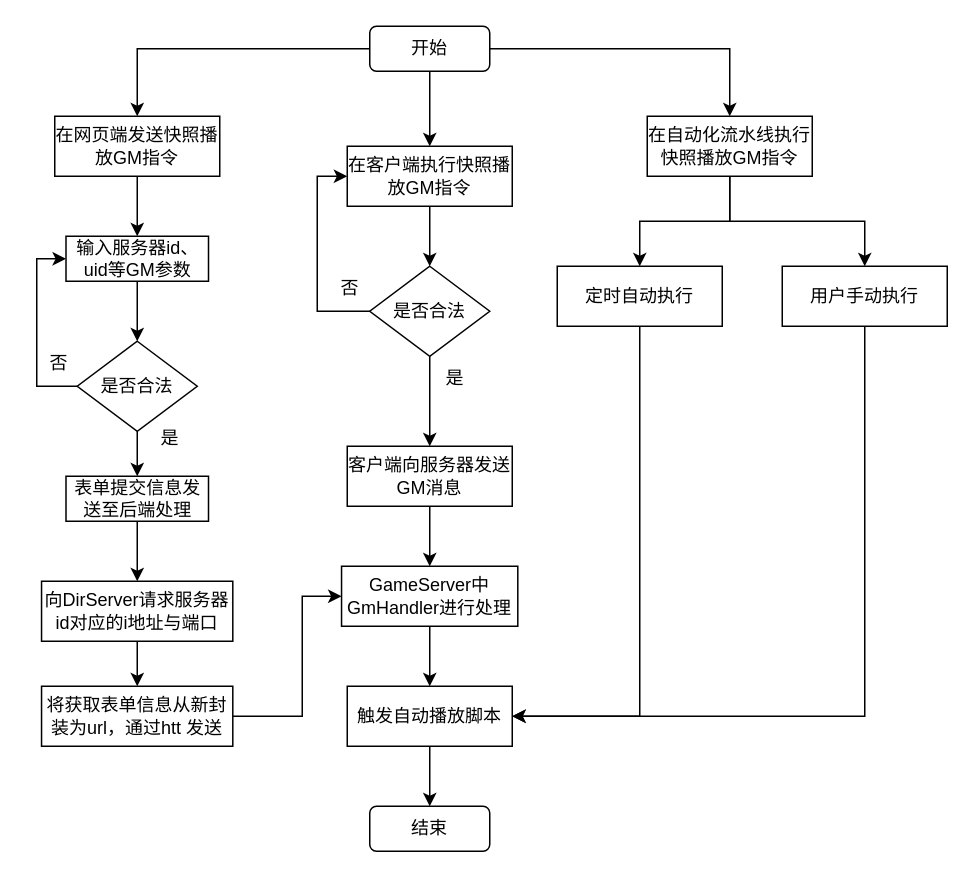
The draw.io diagram 使用流程图.drawio in Carol9s/Drawing, before the edit. Source tidied: cells renumbered, new cells numbered last; positions are measured from the earlier drawing's top-left corner, leaving out a move shared by most shapes. Both pictures are drawn from the tidied source at 150%, with x=0, y=0 at pixel (36, 26).
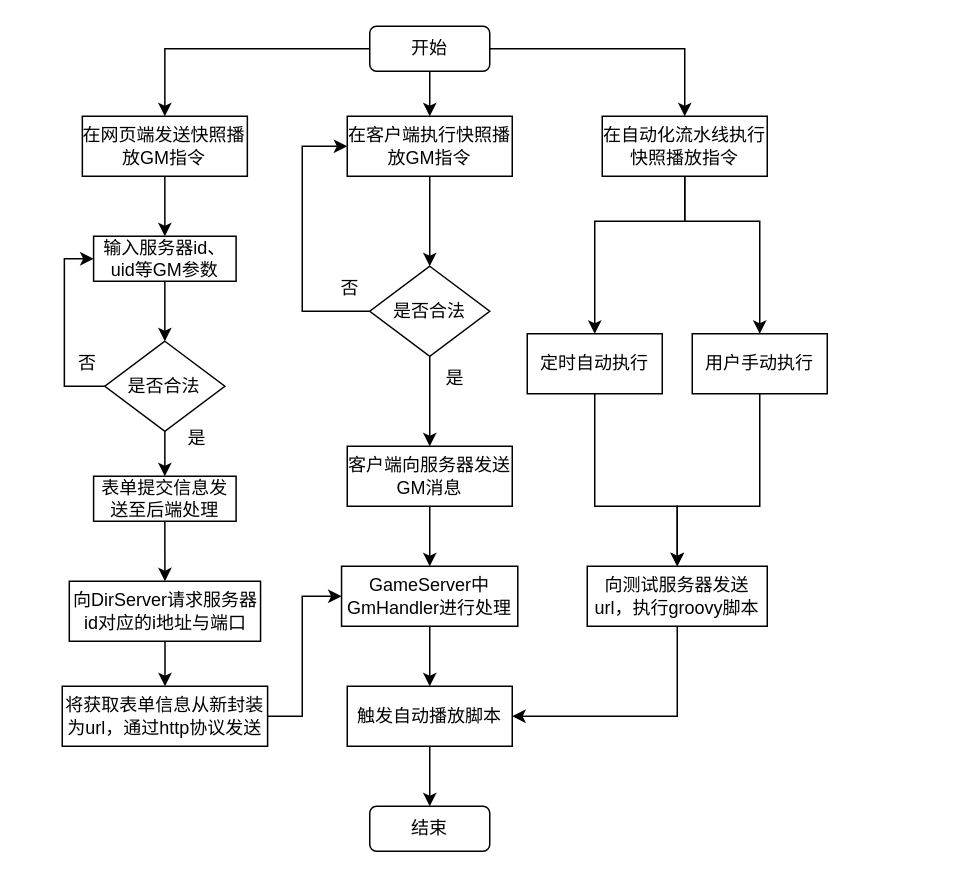
The same page after the edit.

Commit message:
更新使用流程图.drawio

Unchanged cells that the change refers to:
```xml
<mxCell id="30" value="是否合法" style="rhombus;whiteSpace=wrap;html=1;" parent="1" vertex="1">
  <mxGeometry x="222" y="160" width="80" height="60" as="geometry" />
</mxCell>
<mxCell id="36" value="触发自动播放脚本" style="rounded=0;whiteSpace=wrap;html=1;" parent="1" vertex="1">
  <mxGeometry x="207" y="440" width="110" height="40" as="geometry" />
</mxCell>
```

What changed in the source:
```diff
@@
     <mxCell id="7" value="在网页端发送快照播放GM指令" style="rounded=0;whiteSpace=wrap;html=1;" parent="1" vertex="1">
-      <mxGeometry x="12" y="60" width="110" height="40" as="geometry" />
+      <mxGeometry x="30.4" y="60" width="110" height="40" as="geometry" />
     </mxCell>
@@
     <mxCell id="9" value="在客户端执行快照播放GM指令" style="rounded=0;whiteSpace=wrap;html=1;" parent="1" vertex="1">
-      <mxGeometry x="207" y="80" width="110" height="40" as="geometry" />
+      <mxGeometry x="207" y="60" width="110" height="40" as="geometry" />
     </mxCell>
-    <mxCell id="10" style="edgeStyle=orthogonalEdgeStyle;rounded=0;jettySize=auto;html=1;" parent="1" edge="1" source="12" target="32">
-      <mxGeometry relative="1" as="geometry" />
+    <mxCell id="10" style="edgeStyle=orthogonalEdgeStyle;rounded=0;jettySize=auto;html=1;exitX=0.5;exitY=1;exitDx=0;exitDy=0;" parent="1" edge="1" source="12" target="32">
+      <mxGeometry relative="1" as="geometry">
+        <Array as="points">
+          <mxPoint x="432" y="130" />
+          <mxPoint x="372" y="130" />
+        </Array>
+      </mxGeometry>
     </mxCell>
-    <mxCell id="11" style="edgeStyle=orthogonalEdgeStyle;rounded=0;jettySize=auto;html=1;entryX=0.5;entryY=0;entryDx=0;entryDy=0;" parent="1" edge="1" source="12" target="34">
-      <mxGeometry relative="1" as="geometry" />
+    <mxCell id="11" style="edgeStyle=orthogonalEdgeStyle;rounded=0;jettySize=auto;html=1;entryX=0.5;entryY=0;entryDx=0;entryDy=0;exitX=0.5;exitY=1;exitDx=0;exitDy=0;" parent="1" edge="1" source="12" target="34">
+      <mxGeometry relative="1" as="geometry">
+        <Array as="points">
+          <mxPoint x="432" y="130" />
+          <mxPoint x="482" y="130" />
+        </Array>
+      </mxGeometry>
     </mxCell>
-    <mxCell id="12" value="在自动化流水线执行快照播放GM指令" style="rounded=0;whiteSpace=wrap;html=1;" parent="1" vertex="1">
-      <mxGeometry x="407" y="60" width="110" height="40" as="geometry" />
+    <mxCell id="12" value="在自动化流水线执行快照播放指令" style="rounded=0;whiteSpace=wrap;html=1;" parent="1" vertex="1">
+      <mxGeometry x="377" y="60" width="110" height="40" as="geometry" />
     </mxCell>
@@
     <mxCell id="14" value="输入服务器id、uid等GM参数" style="rounded=0;whiteSpace=wrap;html=1;" parent="1" vertex="1">
-      <mxGeometry x="19.5" y="140" width="95" height="30" as="geometry" />
+      <mxGeometry x="37.9" y="140" width="95" height="30" as="geometry" />
     </mxCell>
@@
     <mxCell id="16" style="edgeStyle=orthogonalEdgeStyle;rounded=0;jettySize=auto;html=1;entryX=0;entryY=0.5;entryDx=0;entryDy=0;" parent="1" edge="1" source="17" target="14">
       <mxGeometry relative="1" as="geometry">
         <Array as="points">
-          <mxPoint y="240" />
-          <mxPoint y="155" />
+          <mxPoint x="18.4" y="240" />
+          <mxPoint x="18.4" y="155" />
         </Array>
       </mxGeometry>
     </mxCell>
     <mxCell id="17" value="是否合法" style="rhombus;whiteSpace=wrap;html=1;" parent="1" vertex="1">
-      <mxGeometry x="27" y="210" width="80" height="60" as="geometry" />
+      <mxGeometry x="45.4" y="210" width="80" height="60" as="geometry" />
     </mxCell>
@@
     <mxCell id="19" value="表单提交信息发送至后端处理" style="rounded=0;whiteSpace=wrap;html=1;" parent="1" vertex="1">
-      <mxGeometry x="19.5" y="300" width="95" height="30" as="geometry" />
+      <mxGeometry x="37.9" y="300" width="95" height="30" as="geometry" />
     </mxCell>
@@
     <mxCell id="21" value="向DirServer请求服务器id对应的i地址与端口" style="rounded=0;whiteSpace=wrap;html=1;" parent="1" vertex="1">
-      <mxGeometry x="3.2" y="370" width="127.5" height="40" as="geometry" />
+      <mxGeometry x="21.7" y="370" width="127.5" height="40" as="geometry" />
     </mxCell>
@@
-    <mxCell id="23" value="将获取表单信息从新封装为url，通过htt 发送" style="rounded=0;whiteSpace=wrap;html=1;" parent="1" vertex="1">
-      <mxGeometry x="3.2" y="440" width="127.5" height="40" as="geometry" />
+    <mxCell id="23" value="将获取表单信息从新封装为url，通过http协议发送" style="rounded=0;whiteSpace=wrap;html=1;" parent="1" vertex="1">
+      <mxGeometry x="17" y="440" width="136.9" height="40" as="geometry" />
     </mxCell>
@@
     <mxCell id="28" style="edgeStyle=orthogonalEdgeStyle;rounded=0;jettySize=auto;html=1;entryX=0;entryY=0.5;entryDx=0;entryDy=0;" parent="1" edge="1" source="30" target="9">
       <mxGeometry relative="1" as="geometry">
         <Array as="points">
-          <mxPoint x="187" y="190" />
-          <mxPoint x="187" y="100" />
+          <mxPoint x="177" y="190" />
+          <mxPoint x="177" y="80" />
         </Array>
       </mxGeometry>
     </mxCell>
@@
-    <mxCell id="31" style="edgeStyle=orthogonalEdgeStyle;rounded=0;jettySize=auto;html=1;entryX=1;entryY=0.5;entryDx=0;entryDy=0;" parent="1" edge="1" source="32" target="36">
+    <mxCell id="31" style="edgeStyle=orthogonalEdgeStyle;rounded=0;jettySize=auto;html=1;entryX=0.5;entryY=0;entryDx=0;entryDy=0;exitX=0.5;exitY=1;exitDx=0;exitDy=0;" parent="1" edge="1" source="32" target="43">
       <mxGeometry relative="1" as="geometry">
         <Array as="points">
-          <mxPoint x="402" y="460" />
+          <mxPoint x="372" y="320" />
+          <mxPoint x="427" y="320" />
         </Array>
       </mxGeometry>
     </mxCell>
     <mxCell id="32" value="定时自动执行" style="rounded=0;whiteSpace=wrap;html=1;" parent="1" vertex="1">
-      <mxGeometry x="347" y="160" width="110" height="40" as="geometry" />
+      <mxGeometry x="327" y="205" width="90" height="40" as="geometry" />
     </mxCell>
-    <mxCell id="33" style="edgeStyle=orthogonalEdgeStyle;rounded=0;jettySize=auto;html=1;entryX=1;entryY=0.5;entryDx=0;entryDy=0;" parent="1" edge="1" source="34" target="36">
+    <mxCell id="33" style="edgeStyle=orthogonalEdgeStyle;rounded=0;jettySize=auto;html=1;entryX=0.5;entryY=0;entryDx=0;entryDy=0;exitX=0.5;exitY=1;exitDx=0;exitDy=0;" parent="1" edge="1" source="34" target="43">
       <mxGeometry relative="1" as="geometry">
         <Array as="points">
-          <mxPoint x="552" y="460" />
+          <mxPoint x="482" y="320" />
+          <mxPoint x="427" y="320" />
         </Array>
       </mxGeometry>
     </mxCell>
     <mxCell id="34" value="用户手动执行" style="rounded=0;whiteSpace=wrap;html=1;" parent="1" vertex="1">
-      <mxGeometry x="497" y="160" width="110" height="40" as="geometry" />
+      <mxGeometry x="437" y="205" width="90" height="40" as="geometry" />
     </mxCell>
@@
     <mxCell id="38" value="是" style="text;strokeColor=none;fillColor=none;align=left;verticalAlign=middle;spacingLeft=4;spacingRight=4;overflow=hidden;whiteSpace=wrap;html=1;" parent="1" vertex="1">
-      <mxGeometry x="77" y="260" width="80" height="30" as="geometry" />
+      <mxGeometry x="95.4" y="260" width="80" height="30" as="geometry" />
     </mxCell>
@@
     <mxCell id="40" value="否" style="text;strokeColor=none;fillColor=none;align=left;verticalAlign=middle;spacingLeft=4;spacingRight=4;overflow=hidden;whiteSpace=wrap;html=1;" parent="1" vertex="1">
-      <mxGeometry x="3.2" y="210" width="80" height="30" as="geometry" />
+      <mxGeometry x="21.7" y="210" width="80" height="30" as="geometry" />
     </mxCell>
@@
+    <mxCell id="42" style="edgeStyle=orthogonalEdgeStyle;rounded=0;jettySize=auto;html=1;entryX=1;entryY=0.5;entryDx=0;entryDy=0;exitX=0.5;exitY=1;exitDx=0;exitDy=0;" parent="1" edge="1" source="43" target="36">
+      <mxGeometry relative="1" as="geometry" />
+    </mxCell>
+    <mxCell id="43" value="向测试服务器发送url，执行groovy脚本" style="rounded=0;whiteSpace=wrap;html=1;" parent="1" vertex="1">
+      <mxGeometry x="367" y="360" width="120" height="40" as="geometry" />
+    </mxCell>
```
